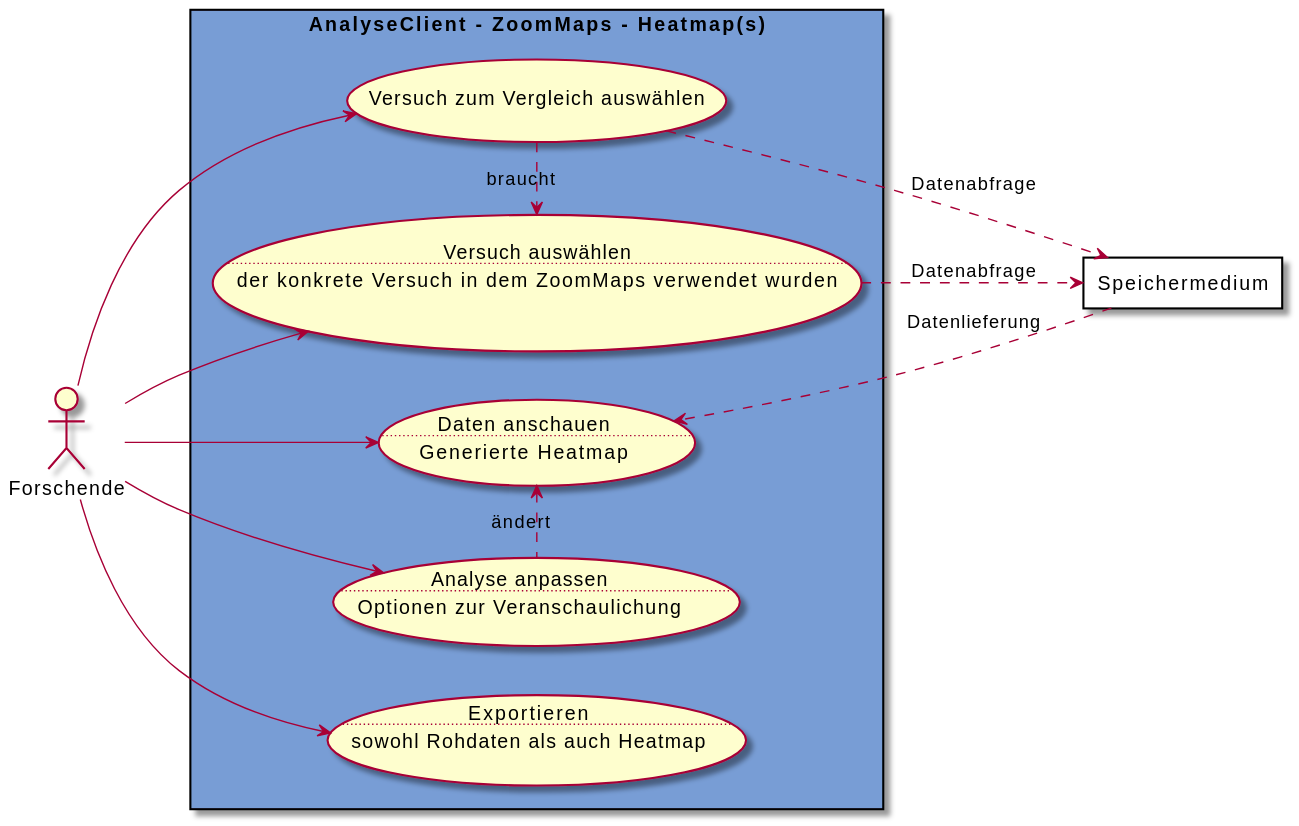
Above: meilenstein_05/usecase-analyse-zoommaps/usecase-analyse-zoommaps.svg in weichware10/meilensteine (PlantUML), before the change.
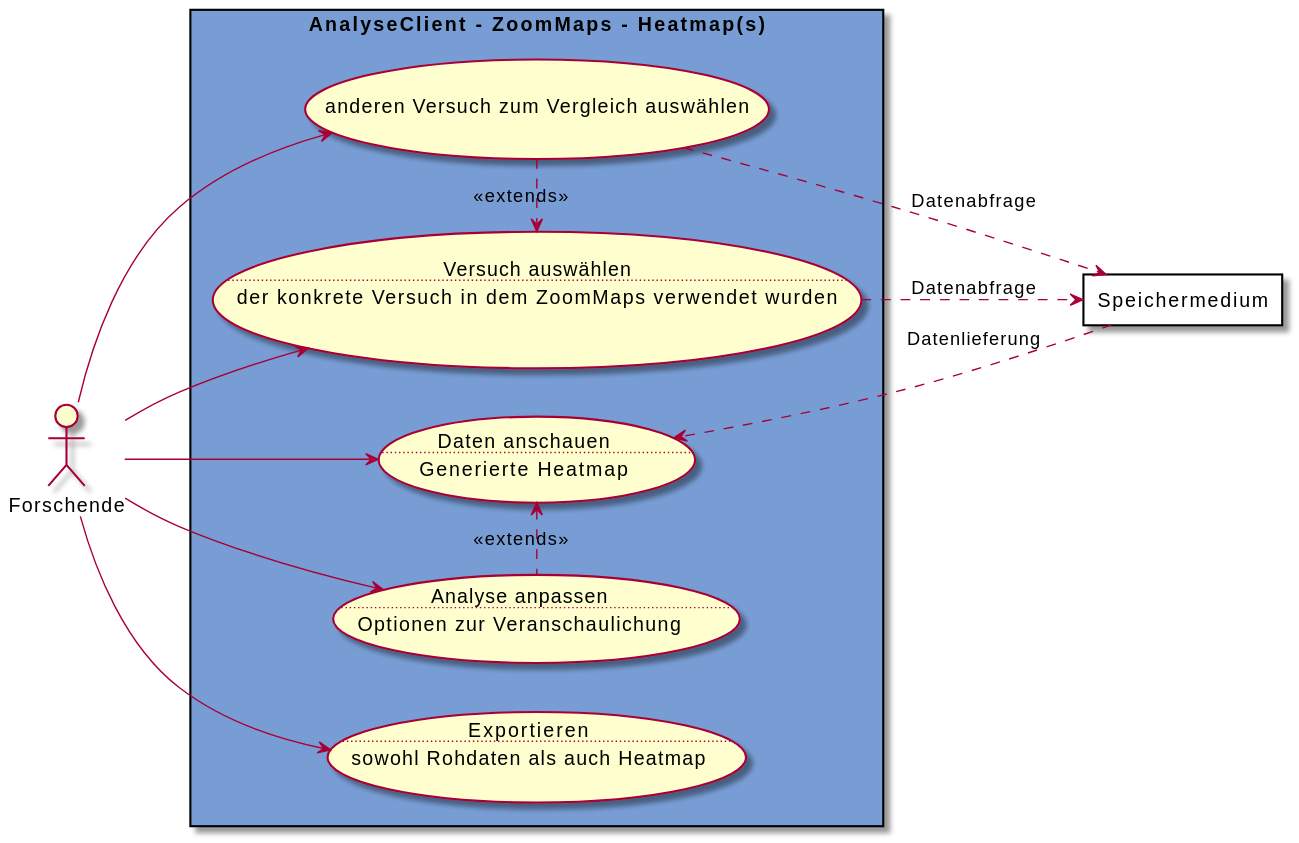
After the change.

Commit message:
rendered SVGs

Diff of the diagram source:
```diff
@@ -7,7 +7,7 @@
     usecase va as "Versuch auswählen
     ..
     der konkrete Versuch in dem ZoomMaps verwendet wurden"
-    usecase vv as "Versuch zum Vergleich auswählen"
+    usecase vv as "anderen Versuch zum Vergleich auswählen"
     usecase da as "Daten anschauen
     ..
     Generierte Heatmap"
@@ -31,6 +31,6 @@
 vv ..> s : Datenabfrage
 s ..> da : Datenlieferung
 
-va <.l. vv : braucht
-da <.r. aa : ändert
+va <.l. vv : <<extends>>
+da <.r. aa : <<extends>>
 @enduml
```
